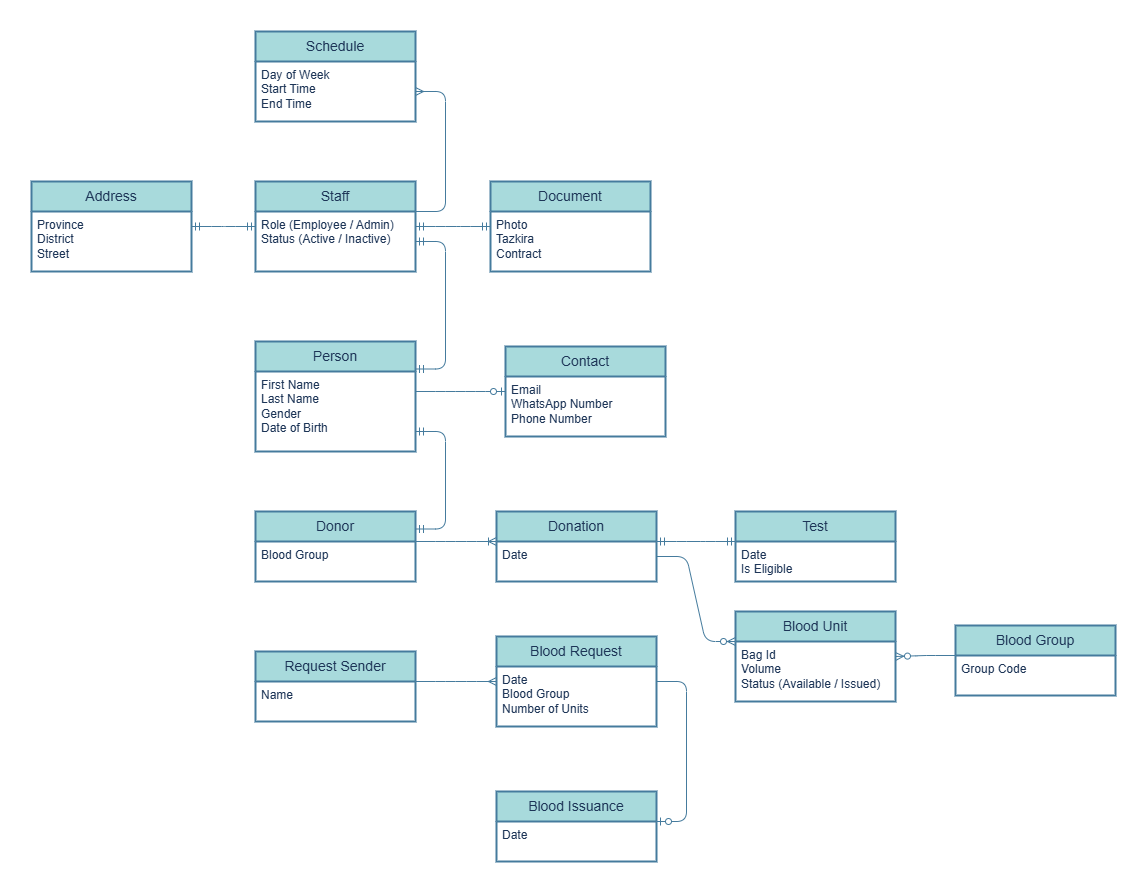
reza720/database-projects-collection keeps this draw.io diagram as Blood Bank Database System/Assets/ERD.png. Above is the earlier version. Source tidied: cells renumbered, new cells last; positions are measured from the earlier drawing's top-left corner, leaving out a move shared by most shapes. Source of this version:
```xml
<mxGraphModel>
  <root>
    <mxCell id="0" />
    <mxCell id="1" parent="0" />
    <mxCell id="2" value="Person" style="swimlane;horizontal=1;startSize=30;rounded=1;fontSize=14;fontStyle=0;strokeWidth=2;shadow=0;dashed=0;align=center;arcSize=0;whiteSpace=wrap;html=1;labelBackgroundColor=none;fillColor=#A8DADC;strokeColor=#457B9D;fontColor=#1D3557;" parent="1" vertex="1">
      <mxGeometry x="224" y="310" width="160" height="110" as="geometry" />
    </mxCell>
    <mxCell id="3" value="First Name&lt;div&gt;Last Name&lt;/div&gt;&lt;div&gt;Gender&lt;/div&gt;&lt;div&gt;Date of Birth&lt;/div&gt;&lt;div&gt;&lt;br&gt;&lt;/div&gt;" style="align=left;strokeColor=none;fillColor=none;spacingLeft=4;spacingRight=4;fontSize=12;verticalAlign=top;html=1;whiteSpace=wrap;labelBackgroundColor=none;fontColor=#1D3557;rounded=1;" parent="2" vertex="1">
      <mxGeometry y="30" width="160" height="80" as="geometry" />
    </mxCell>
    <mxCell id="4" value="Contact" style="swimlane;horizontal=1;startSize=30;rounded=1;fontSize=14;fontStyle=0;strokeWidth=2;shadow=0;dashed=0;align=center;arcSize=0;whiteSpace=wrap;html=1;labelBackgroundColor=none;fillColor=#A8DADC;strokeColor=#457B9D;fontColor=#1D3557;" parent="1" vertex="1">
      <mxGeometry x="474" y="315" width="160" height="90" as="geometry" />
    </mxCell>
    <mxCell id="5" value="&lt;div&gt;Email&lt;/div&gt;&lt;div&gt;WhatsApp Number&lt;/div&gt;&lt;div&gt;Phone Number&lt;/div&gt;&lt;div&gt;&lt;br&gt;&lt;/div&gt;" style="align=left;strokeColor=none;fillColor=none;spacingLeft=4;spacingRight=4;fontSize=12;verticalAlign=top;html=1;whiteSpace=wrap;labelBackgroundColor=none;fontColor=#1D3557;rounded=1;" parent="4" vertex="1">
      <mxGeometry y="30" width="160" height="60" as="geometry" />
    </mxCell>
    <mxCell id="6" style="edgeStyle=entityRelationEdgeStyle;fontSize=12;html=1;endArrow=ERzeroToOne;endFill=1;rounded=1;exitX=1;exitY=0.25;exitDx=0;exitDy=0;entryX=0;entryY=0.25;entryDx=0;entryDy=0;labelBackgroundColor=none;strokeColor=#457B9D;fontColor=default;" parent="1" edge="1" source="3" target="5">
      <mxGeometry relative="1" as="geometry" />
    </mxCell>
    <mxCell id="7" value="Donor" style="swimlane;horizontal=1;startSize=30;rounded=1;fontSize=14;fontStyle=0;strokeWidth=2;shadow=0;dashed=0;align=center;arcSize=0;whiteSpace=wrap;html=1;labelBackgroundColor=none;fillColor=#A8DADC;strokeColor=#457B9D;fontColor=#1D3557;" parent="1" vertex="1">
      <mxGeometry x="224" y="480" width="160" height="70" as="geometry" />
    </mxCell>
    <mxCell id="8" value="Blood Group" style="align=left;strokeColor=none;fillColor=none;spacingLeft=4;spacingRight=4;fontSize=12;verticalAlign=top;html=1;whiteSpace=wrap;labelBackgroundColor=none;fontColor=#1D3557;rounded=1;" parent="7" vertex="1">
      <mxGeometry y="30" width="160" height="40" as="geometry" />
    </mxCell>
    <mxCell id="9" value="Staff" style="swimlane;horizontal=1;startSize=30;rounded=1;fontSize=14;fontStyle=0;strokeWidth=2;shadow=0;dashed=0;align=center;arcSize=0;whiteSpace=wrap;html=1;labelBackgroundColor=none;fillColor=#A8DADC;strokeColor=#457B9D;fontColor=#1D3557;" parent="1" vertex="1">
      <mxGeometry x="224" y="150" width="160" height="90" as="geometry" />
    </mxCell>
    <mxCell id="10" value="&lt;div&gt;Role (Employee / Admin)&lt;/div&gt;&lt;div&gt;Status (Active / Inactive)&lt;/div&gt;" style="align=left;strokeColor=none;fillColor=none;spacingLeft=4;spacingRight=4;fontSize=12;verticalAlign=top;html=1;whiteSpace=wrap;labelBackgroundColor=none;fontColor=#1D3557;rounded=1;" parent="9" vertex="1">
      <mxGeometry y="30" width="160" height="60" as="geometry" />
    </mxCell>
    <mxCell id="11" value="Donation" style="swimlane;horizontal=1;startSize=30;rounded=1;fontSize=14;fontStyle=0;strokeWidth=2;shadow=0;dashed=0;align=center;arcSize=0;whiteSpace=wrap;html=1;labelBackgroundColor=none;fillColor=#A8DADC;strokeColor=#457B9D;fontColor=#1D3557;" parent="1" vertex="1">
      <mxGeometry x="465" y="480" width="160" height="70" as="geometry" />
    </mxCell>
    <mxCell id="12" value="&lt;div&gt;Date&lt;/div&gt;&lt;div&gt;&lt;br&gt;&lt;/div&gt;" style="align=left;strokeColor=none;fillColor=none;spacingLeft=4;spacingRight=4;fontSize=12;verticalAlign=top;html=1;whiteSpace=wrap;labelBackgroundColor=none;fontColor=#1D3557;rounded=1;" parent="11" vertex="1">
      <mxGeometry y="30" width="160" height="60" as="geometry" />
    </mxCell>
    <mxCell id="13" value="&lt;div&gt;&lt;br&gt;&lt;/div&gt;" style="align=left;strokeColor=none;fillColor=none;spacingLeft=4;spacingRight=4;fontSize=12;verticalAlign=top;html=1;whiteSpace=wrap;labelBackgroundColor=none;fontColor=#1D3557;rounded=1;" parent="11" vertex="1">
      <mxGeometry y="90" width="160" height="-20" as="geometry" />
    </mxCell>
    <mxCell id="14" style="edgeStyle=entityRelationEdgeStyle;fontSize=12;html=1;endArrow=ERmandOne;startArrow=ERmandOne;rounded=1;exitX=1;exitY=0.75;exitDx=0;exitDy=0;entryX=1;entryY=0.25;entryDx=0;entryDy=0;labelBackgroundColor=none;strokeColor=#457B9D;fontColor=default;" parent="1" edge="1" source="3" target="7">
      <mxGeometry relative="1" as="geometry" />
    </mxCell>
    <mxCell id="15" style="edgeStyle=entityRelationEdgeStyle;fontSize=12;html=1;endArrow=ERoneToMany;rounded=1;exitX=1;exitY=0;exitDx=0;exitDy=0;entryX=0;entryY=0;entryDx=0;entryDy=0;labelBackgroundColor=none;strokeColor=#457B9D;fontColor=default;" parent="1" edge="1" source="8" target="12">
      <mxGeometry relative="1" as="geometry" />
    </mxCell>
    <mxCell id="16" value="Test" style="swimlane;horizontal=1;startSize=30;rounded=1;fontSize=14;fontStyle=0;strokeWidth=2;shadow=0;dashed=0;align=center;arcSize=0;whiteSpace=wrap;html=1;labelBackgroundColor=none;fillColor=#A8DADC;strokeColor=#457B9D;fontColor=#1D3557;" parent="1" vertex="1">
      <mxGeometry x="704" y="480" width="160" height="70" as="geometry" />
    </mxCell>
    <mxCell id="17" value="Date&lt;div&gt;Is Eligible&lt;/div&gt;" style="align=left;strokeColor=none;fillColor=none;spacingLeft=4;spacingRight=4;fontSize=12;verticalAlign=top;html=1;whiteSpace=wrap;labelBackgroundColor=none;fontColor=#1D3557;rounded=1;" parent="16" vertex="1">
      <mxGeometry y="30" width="160" height="60" as="geometry" />
    </mxCell>
    <mxCell id="18" value="&lt;div&gt;&lt;br&gt;&lt;/div&gt;" style="align=left;strokeColor=none;fillColor=none;spacingLeft=4;spacingRight=4;fontSize=12;verticalAlign=top;html=1;whiteSpace=wrap;labelBackgroundColor=none;fontColor=#1D3557;rounded=1;" parent="16" vertex="1">
      <mxGeometry y="90" width="160" height="-20" as="geometry" />
    </mxCell>
    <mxCell id="19" style="edgeStyle=entityRelationEdgeStyle;fontSize=12;html=1;endArrow=ERmandOne;startArrow=ERmandOne;rounded=1;exitX=1;exitY=0;exitDx=0;exitDy=0;entryX=0;entryY=0;entryDx=0;entryDy=0;labelBackgroundColor=none;strokeColor=#457B9D;fontColor=default;" parent="1" edge="1" source="12" target="17">
      <mxGeometry relative="1" as="geometry" />
    </mxCell>
    <mxCell id="20" value="Blood Unit" style="swimlane;horizontal=1;startSize=30;rounded=1;fontSize=14;fontStyle=0;strokeWidth=2;shadow=0;dashed=0;align=center;arcSize=0;whiteSpace=wrap;html=1;labelBackgroundColor=none;fillColor=#A8DADC;strokeColor=#457B9D;fontColor=#1D3557;" parent="1" vertex="1">
      <mxGeometry x="704" y="580" width="160" height="90" as="geometry" />
    </mxCell>
    <mxCell id="21" value="Bag Id&lt;div&gt;Volume&lt;/div&gt;&lt;div&gt;Status (Available / Issued)&lt;/div&gt;" style="align=left;strokeColor=none;fillColor=none;spacingLeft=4;spacingRight=4;fontSize=12;verticalAlign=top;html=1;whiteSpace=wrap;labelBackgroundColor=none;fontColor=#1D3557;rounded=1;" parent="20" vertex="1">
      <mxGeometry y="30" width="160" height="60" as="geometry" />
    </mxCell>
    <mxCell id="22" value="&lt;div&gt;&lt;br&gt;&lt;/div&gt;" style="align=left;strokeColor=none;fillColor=none;spacingLeft=4;spacingRight=4;fontSize=12;verticalAlign=top;html=1;whiteSpace=wrap;labelBackgroundColor=none;fontColor=#1D3557;rounded=1;" parent="20" vertex="1">
      <mxGeometry y="90" width="160" as="geometry" />
    </mxCell>
    <mxCell id="23" value="Blood Group" style="swimlane;horizontal=1;startSize=30;rounded=1;fontSize=14;fontStyle=0;strokeWidth=2;shadow=0;dashed=0;align=center;arcSize=0;whiteSpace=wrap;html=1;labelBackgroundColor=none;fillColor=#A8DADC;strokeColor=#457B9D;fontColor=#1D3557;" parent="1" vertex="1">
      <mxGeometry x="924" y="594" width="160" height="70" as="geometry" />
    </mxCell>
    <mxCell id="24" value="Group Code" style="align=left;strokeColor=none;fillColor=none;spacingLeft=4;spacingRight=4;fontSize=12;verticalAlign=top;html=1;whiteSpace=wrap;labelBackgroundColor=none;fontColor=#1D3557;rounded=1;" parent="23" vertex="1">
      <mxGeometry y="30" width="160" height="60" as="geometry" />
    </mxCell>
    <mxCell id="25" value="&lt;div&gt;&lt;br&gt;&lt;/div&gt;" style="align=left;strokeColor=none;fillColor=none;spacingLeft=4;spacingRight=4;fontSize=12;verticalAlign=top;html=1;whiteSpace=wrap;labelBackgroundColor=none;fontColor=#1D3557;rounded=1;" parent="23" vertex="1">
      <mxGeometry y="90" width="160" height="-20" as="geometry" />
    </mxCell>
    <mxCell id="26" style="edgeStyle=entityRelationEdgeStyle;fontSize=12;html=1;endArrow=ERzeroToMany;endFill=1;rounded=1;exitX=0;exitY=0;exitDx=0;exitDy=0;entryX=1;entryY=0.25;entryDx=0;entryDy=0;labelBackgroundColor=none;strokeColor=#457B9D;fontColor=default;" parent="1" edge="1" source="24" target="21">
      <mxGeometry relative="1" as="geometry" />
    </mxCell>
    <mxCell id="27" style="edgeStyle=entityRelationEdgeStyle;fontSize=12;html=1;endArrow=ERmandOne;startArrow=ERmandOne;rounded=1;exitX=1;exitY=0.25;exitDx=0;exitDy=0;entryX=1;entryY=0.5;entryDx=0;entryDy=0;labelBackgroundColor=none;strokeColor=#457B9D;fontColor=default;" parent="1" edge="1" source="2" target="10">
      <mxGeometry relative="1" as="geometry" />
    </mxCell>
    <mxCell id="28" value="Address" style="swimlane;horizontal=1;startSize=30;rounded=1;fontSize=14;fontStyle=0;strokeWidth=2;shadow=0;dashed=0;align=center;arcSize=0;whiteSpace=wrap;html=1;labelBackgroundColor=none;fillColor=#A8DADC;strokeColor=#457B9D;fontColor=#1D3557;" parent="1" vertex="1">
      <mxGeometry y="150" width="160" height="90" as="geometry" />
    </mxCell>
    <mxCell id="29" value="&lt;div&gt;Province&lt;/div&gt;&lt;div&gt;District&lt;/div&gt;&lt;div&gt;Street&lt;/div&gt;" style="align=left;strokeColor=none;fillColor=none;spacingLeft=4;spacingRight=4;fontSize=12;verticalAlign=top;html=1;whiteSpace=wrap;labelBackgroundColor=none;fontColor=#1D3557;rounded=1;" parent="28" vertex="1">
      <mxGeometry y="30" width="160" height="60" as="geometry" />
    </mxCell>
    <mxCell id="30" style="edgeStyle=entityRelationEdgeStyle;fontSize=12;html=1;endArrow=ERmandOne;startArrow=ERmandOne;rounded=1;exitX=1;exitY=0.25;exitDx=0;exitDy=0;entryX=0;entryY=0.25;entryDx=0;entryDy=0;labelBackgroundColor=none;strokeColor=#457B9D;fontColor=default;" parent="1" edge="1" source="29" target="10">
      <mxGeometry relative="1" as="geometry" />
    </mxCell>
    <mxCell id="31" value="Document" style="swimlane;horizontal=1;startSize=30;rounded=1;fontSize=14;fontStyle=0;strokeWidth=2;shadow=0;dashed=0;align=center;arcSize=0;whiteSpace=wrap;html=1;labelBackgroundColor=none;fillColor=#A8DADC;strokeColor=#457B9D;fontColor=#1D3557;" parent="1" vertex="1">
      <mxGeometry x="459" y="150" width="160" height="90" as="geometry" />
    </mxCell>
    <mxCell id="32" value="&lt;div&gt;Photo&lt;/div&gt;&lt;div&gt;Tazkira&lt;/div&gt;&lt;div&gt;Contract&lt;/div&gt;" style="align=left;strokeColor=none;fillColor=none;spacingLeft=4;spacingRight=4;fontSize=12;verticalAlign=top;html=1;whiteSpace=wrap;labelBackgroundColor=none;fontColor=#1D3557;rounded=1;" parent="31" vertex="1">
      <mxGeometry y="30" width="160" height="60" as="geometry" />
    </mxCell>
    <mxCell id="33" style="edgeStyle=entityRelationEdgeStyle;fontSize=12;html=1;endArrow=ERmandOne;startArrow=ERmandOne;rounded=1;exitX=1;exitY=0.25;exitDx=0;exitDy=0;entryX=0;entryY=0.25;entryDx=0;entryDy=0;labelBackgroundColor=none;strokeColor=#457B9D;fontColor=default;" parent="1" edge="1" source="10" target="32">
      <mxGeometry relative="1" as="geometry" />
    </mxCell>
    <mxCell id="34" value="Schedule" style="swimlane;horizontal=1;startSize=30;rounded=1;fontSize=14;fontStyle=0;strokeWidth=2;shadow=0;dashed=0;align=center;arcSize=0;whiteSpace=wrap;html=1;labelBackgroundColor=none;fillColor=#A8DADC;strokeColor=#457B9D;fontColor=#1D3557;" parent="1" vertex="1">
      <mxGeometry x="224" width="160" height="90" as="geometry" />
    </mxCell>
    <mxCell id="35" value="&lt;div&gt;Day of Week&lt;/div&gt;&lt;div&gt;Start Time&lt;/div&gt;&lt;div&gt;End Time&lt;/div&gt;" style="align=left;strokeColor=none;fillColor=none;spacingLeft=4;spacingRight=4;fontSize=12;verticalAlign=top;html=1;whiteSpace=wrap;labelBackgroundColor=none;fontColor=#1D3557;rounded=1;" parent="34" vertex="1">
      <mxGeometry y="30" width="160" height="60" as="geometry" />
    </mxCell>
    <mxCell id="36" style="edgeStyle=entityRelationEdgeStyle;fontSize=12;html=1;endArrow=ERmany;rounded=1;exitX=1;exitY=0;exitDx=0;exitDy=0;entryX=1;entryY=0.5;entryDx=0;entryDy=0;labelBackgroundColor=none;strokeColor=#457B9D;fontColor=default;" parent="1" edge="1" source="10" target="35">
      <mxGeometry relative="1" as="geometry" />
    </mxCell>
    <mxCell id="37" style="edgeStyle=entityRelationEdgeStyle;fontSize=12;html=1;endArrow=ERzeroToMany;endFill=1;rounded=1;exitX=1;exitY=0.25;exitDx=0;exitDy=0;entryX=0;entryY=0;entryDx=0;entryDy=0;labelBackgroundColor=none;strokeColor=#457B9D;fontColor=default;" parent="1" edge="1" source="12" target="21">
      <mxGeometry relative="1" as="geometry" />
    </mxCell>
    <mxCell id="38" value="Request Sender" style="swimlane;horizontal=1;startSize=30;rounded=1;fontSize=14;fontStyle=0;strokeWidth=2;shadow=0;dashed=0;align=center;arcSize=0;whiteSpace=wrap;html=1;labelBackgroundColor=none;fillColor=#A8DADC;strokeColor=#457B9D;fontColor=#1D3557;" parent="1" vertex="1">
      <mxGeometry x="224" y="620" width="160" height="70" as="geometry" />
    </mxCell>
    <mxCell id="39" value="Name" style="align=left;strokeColor=none;fillColor=none;spacingLeft=4;spacingRight=4;fontSize=12;verticalAlign=top;html=1;whiteSpace=wrap;labelBackgroundColor=none;fontColor=#1D3557;rounded=1;" parent="38" vertex="1">
      <mxGeometry y="30" width="160" height="40" as="geometry" />
    </mxCell>
    <mxCell id="40" value="Blood Request" style="swimlane;horizontal=1;startSize=30;rounded=1;fontSize=14;fontStyle=0;strokeWidth=2;shadow=0;dashed=0;align=center;arcSize=0;whiteSpace=wrap;html=1;labelBackgroundColor=none;fillColor=#A8DADC;strokeColor=#457B9D;fontColor=#1D3557;" parent="1" vertex="1">
      <mxGeometry x="465" y="605" width="160" height="90" as="geometry" />
    </mxCell>
    <mxCell id="41" value="Date&lt;div&gt;Blood Group&amp;nbsp;&lt;/div&gt;&lt;div&gt;Number of Units&lt;/div&gt;" style="align=left;strokeColor=none;fillColor=none;spacingLeft=4;spacingRight=4;fontSize=12;verticalAlign=top;html=1;whiteSpace=wrap;labelBackgroundColor=none;fontColor=#1D3557;rounded=1;" parent="40" vertex="1">
      <mxGeometry y="30" width="160" height="60" as="geometry" />
    </mxCell>
    <mxCell id="42" style="edgeStyle=entityRelationEdgeStyle;fontSize=12;html=1;endArrow=ERmany;rounded=1;exitX=1;exitY=0;exitDx=0;exitDy=0;entryX=0;entryY=0.25;entryDx=0;entryDy=0;labelBackgroundColor=none;strokeColor=#457B9D;fontColor=default;" parent="1" edge="1" source="39" target="41">
      <mxGeometry relative="1" as="geometry" />
    </mxCell>
    <mxCell id="43" value="Blood Issuance" style="swimlane;horizontal=1;startSize=30;rounded=1;fontSize=14;fontStyle=0;strokeWidth=2;shadow=0;dashed=0;align=center;arcSize=0;whiteSpace=wrap;html=1;labelBackgroundColor=none;fillColor=#A8DADC;strokeColor=#457B9D;fontColor=#1D3557;" parent="1" vertex="1">
      <mxGeometry x="465" y="760" width="160" height="70" as="geometry" />
    </mxCell>
    <mxCell id="44" value="Date" style="align=left;strokeColor=none;fillColor=none;spacingLeft=4;spacingRight=4;fontSize=12;verticalAlign=top;html=1;whiteSpace=wrap;labelBackgroundColor=none;fontColor=#1D3557;rounded=1;" parent="43" vertex="1">
      <mxGeometry y="30" width="160" height="40" as="geometry" />
    </mxCell>
    <mxCell id="45" style="edgeStyle=entityRelationEdgeStyle;fontSize=12;html=1;endArrow=ERzeroToOne;endFill=1;rounded=1;exitX=1;exitY=0.25;exitDx=0;exitDy=0;entryX=1;entryY=0;entryDx=0;entryDy=0;labelBackgroundColor=none;strokeColor=#457B9D;fontColor=default;" parent="1" edge="1" source="41" target="44">
      <mxGeometry relative="1" as="geometry" />
    </mxCell>
  </root>
</mxGraphModel>
```
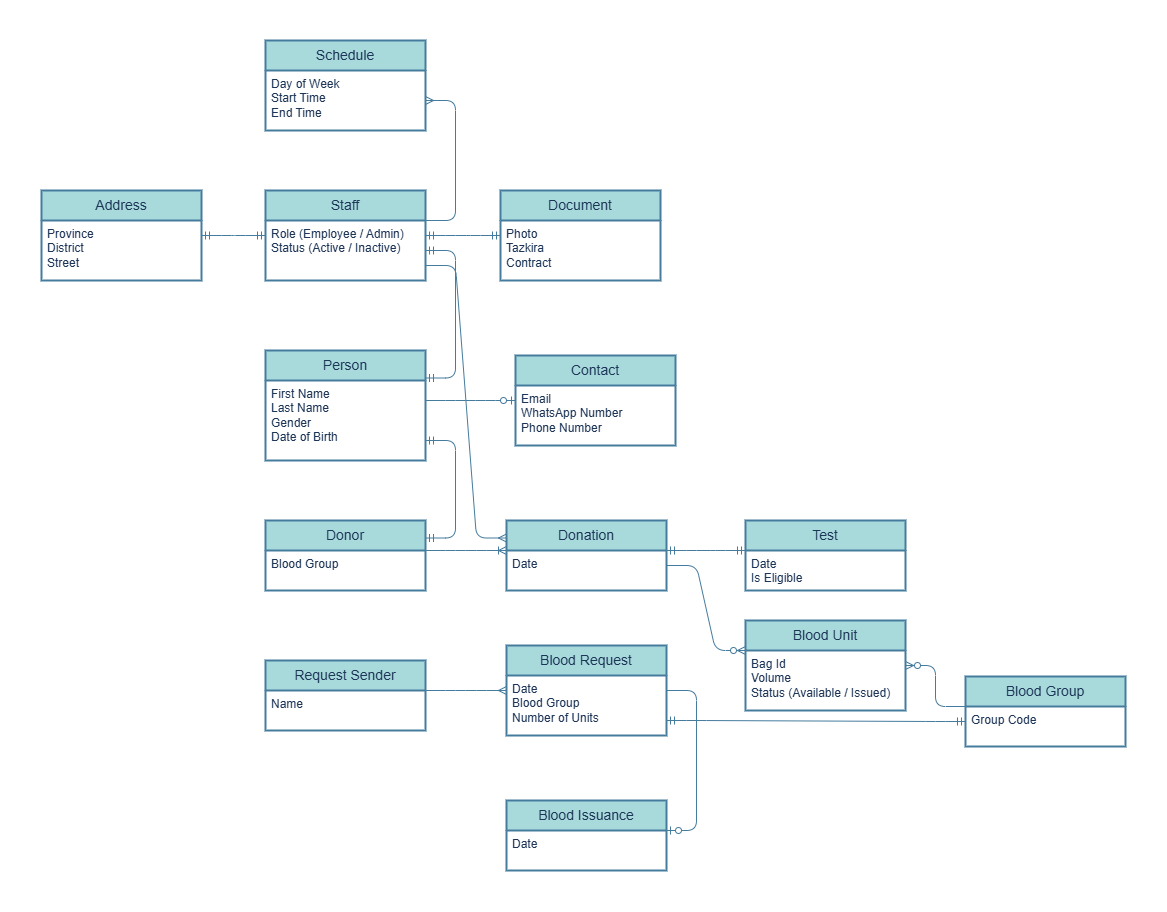
After the commit.

Commit message:
Relational Schema added

Diff of the diagram source:
```diff
@@ -66,7 +66,7 @@
       <mxGeometry y="90" width="160" as="geometry" />
     </mxCell>
     <mxCell id="23" value="Blood Group" style="swimlane;horizontal=1;startSize=30;rounded=1;fontSize=14;fontStyle=0;strokeWidth=2;shadow=0;dashed=0;align=center;arcSize=0;whiteSpace=wrap;html=1;labelBackgroundColor=none;fillColor=#A8DADC;strokeColor=#457B9D;fontColor=#1D3557;" parent="1" vertex="1">
-      <mxGeometry x="924" y="594" width="160" height="70" as="geometry" />
+      <mxGeometry x="924" y="636" width="160" height="70" as="geometry" />
     </mxCell>
     <mxCell id="24" value="Group Code" style="align=left;strokeColor=none;fillColor=none;spacingLeft=4;spacingRight=4;fontSize=12;verticalAlign=top;html=1;whiteSpace=wrap;labelBackgroundColor=none;fontColor=#1D3557;rounded=1;" parent="23" vertex="1">
       <mxGeometry y="30" width="160" height="60" as="geometry" />
@@ -134,5 +134,11 @@
     <mxCell id="45" style="edgeStyle=entityRelationEdgeStyle;fontSize=12;html=1;endArrow=ERzeroToOne;endFill=1;rounded=1;exitX=1;exitY=0.25;exitDx=0;exitDy=0;entryX=1;entryY=0;entryDx=0;entryDy=0;labelBackgroundColor=none;strokeColor=#457B9D;fontColor=default;" parent="1" edge="1" source="41" target="44">
       <mxGeometry relative="1" as="geometry" />
     </mxCell>
+    <mxCell id="46" style="edgeStyle=entityRelationEdgeStyle;fontSize=12;html=1;endArrow=ERmandOne;startArrow=ERmandOne;rounded=1;exitX=1;exitY=0.75;exitDx=0;exitDy=0;entryX=0;entryY=0.25;entryDx=0;entryDy=0;labelBackgroundColor=none;strokeColor=#457B9D;fontColor=default;" parent="1" edge="1" source="41" target="24">
+      <mxGeometry relative="1" as="geometry" />
+    </mxCell>
+    <mxCell id="47" style="edgeStyle=entityRelationEdgeStyle;fontSize=12;html=1;endArrow=ERmany;rounded=1;exitX=1;exitY=0.75;exitDx=0;exitDy=0;entryX=0;entryY=0.25;entryDx=0;entryDy=0;labelBackgroundColor=none;strokeColor=#457B9D;fontColor=default;" parent="1" edge="1" source="10" target="11">
+      <mxGeometry relative="1" as="geometry" />
+    </mxCell>
   </root>
 </mxGraphModel>
```
